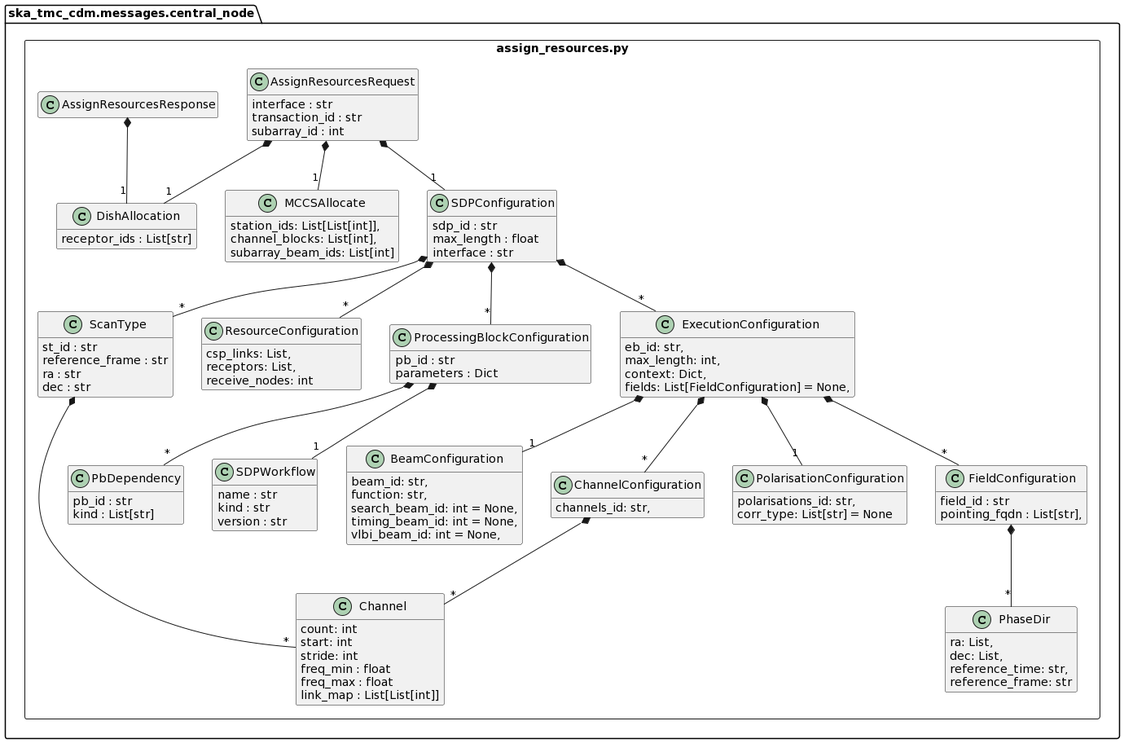
The PlantUML diagram docs/src/developer/centralnode/assignresources.png in ska-telescope/cdm-shared-library, before a commit.
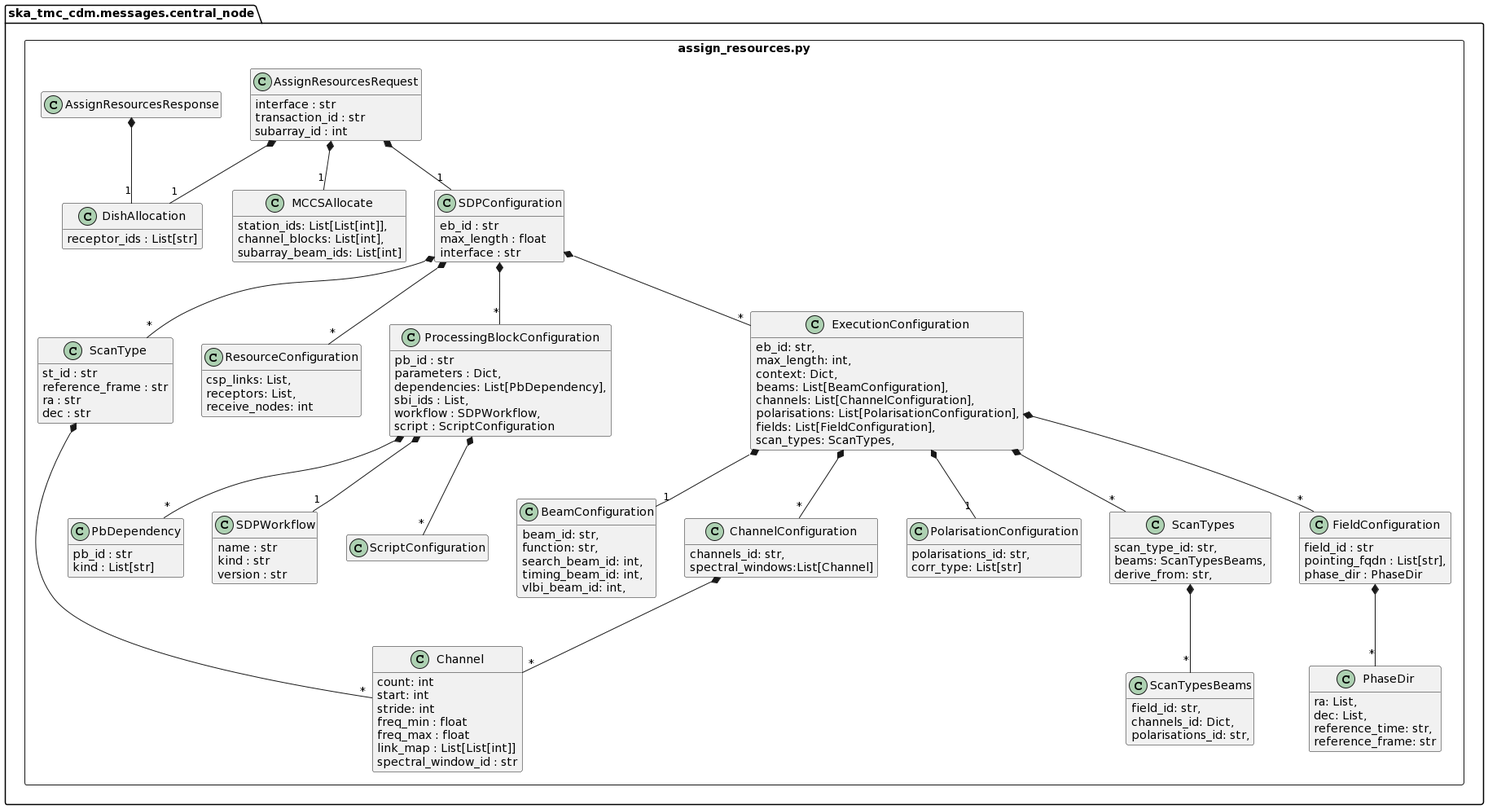
After the change.

What changed in the source:
```diff
@@ -20,6 +20,7 @@
             freq_min : float
             freq_max : float
             link_map : List[List[int]]
+            spectral_window_id : str
         }
 
         class ScanType {
@@ -39,6 +40,7 @@
             receptors: List,
             receive_nodes: int
         }
+
         class PhaseDir {
             ra: List,
             dec: List,
@@ -48,22 +50,36 @@
         class BeamConfiguration {
             beam_id: str,
             function: str,
-            search_beam_id: int = None,
-            timing_beam_id: int = None,
-            vlbi_beam_id: int = None,
+            search_beam_id: int,
+            timing_beam_id: int,
+            vlbi_beam_id: int,
         }
         class ChannelConfiguration {
             channels_id: str,
+            spectral_windows:List[Channel]
         }
         ChannelConfiguration  *-- "*" Channel
+
         class PolarisationConfiguration {
             polarisations_id: str,
-            corr_type: List[str] = None
+            corr_type: List[str]
         }
+        class ScanTypesBeams {
+            field_id: str,
+            channels_id: Dict,
+            polarisations_id: str,
+        }
+        class ScanTypes {
+            scan_type_id: str,
+            beams: ScanTypesBeams,
+            derive_from: str,
+        }
+        ScanTypes  *-- "*" ScanTypesBeams
 
         class FieldConfiguration {
             field_id : str
             pointing_fqdn : List[str],
+            phase_dir : PhaseDir
         }
 
         FieldConfiguration  *-- "*" PhaseDir
@@ -76,24 +92,34 @@
 
         class ProcessingBlockConfiguration {
             pb_id : str
-            parameters : Dict
+            parameters : Dict,
+            dependencies: List[PbDependency],
+            sbi_ids : List,
+            workflow : SDPWorkflow,
+            script : ScriptConfiguration
         }
         ProcessingBlockConfiguration  *-- "1" SDPWorkflow
         ProcessingBlockConfiguration  *-- "*" PbDependency
+        ProcessingBlockConfiguration  *-- "*" ScriptConfiguration
 
         class ExecutionConfiguration {
             eb_id: str,
             max_length: int,
             context: Dict,
-            fields: List[FieldConfiguration] = None,
+            beams: List[BeamConfiguration],
+            channels: List[ChannelConfiguration],
+            polarisations: List[PolarisationConfiguration],
+            fields: List[FieldConfiguration],
+            scan_types: ScanTypes,
         }
         ExecutionConfiguration  *-- "1" BeamConfiguration
         ExecutionConfiguration  *-- "*" ChannelConfiguration
         ExecutionConfiguration  *-- "1" PolarisationConfiguration
         ExecutionConfiguration  *-- "*" FieldConfiguration
+        ExecutionConfiguration  *-- "*" ScanTypes
 
         class SDPConfiguration {
-            sdp_id : str
+            eb_id : str
             max_length : float
             interface : str
         }
```
